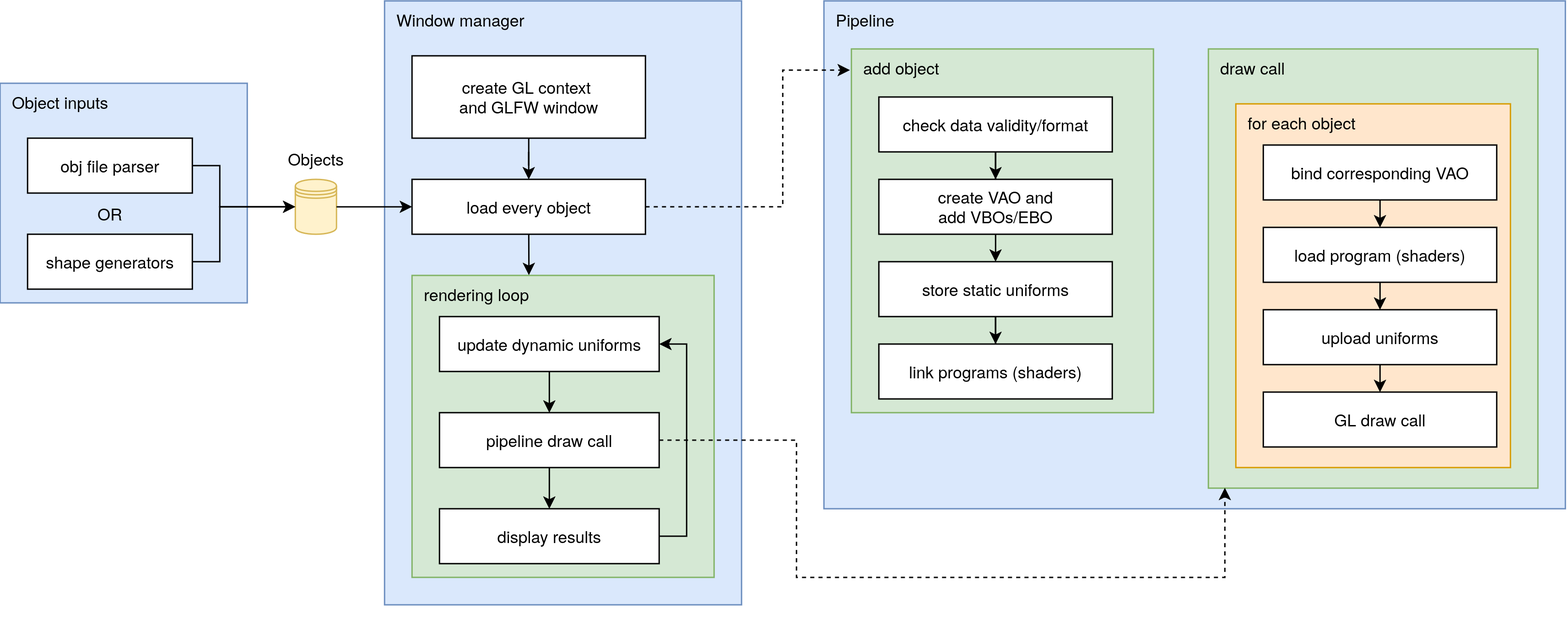
Before: report/images/software_structure.drawio.png, a diagram exported from draw.io (LeCongMinhKhang/graphics_programming). Source tidied: cells renumbered, new cells last; positions are measured from the earlier drawing's top-left corner, leaving out a move shared by most shapes.
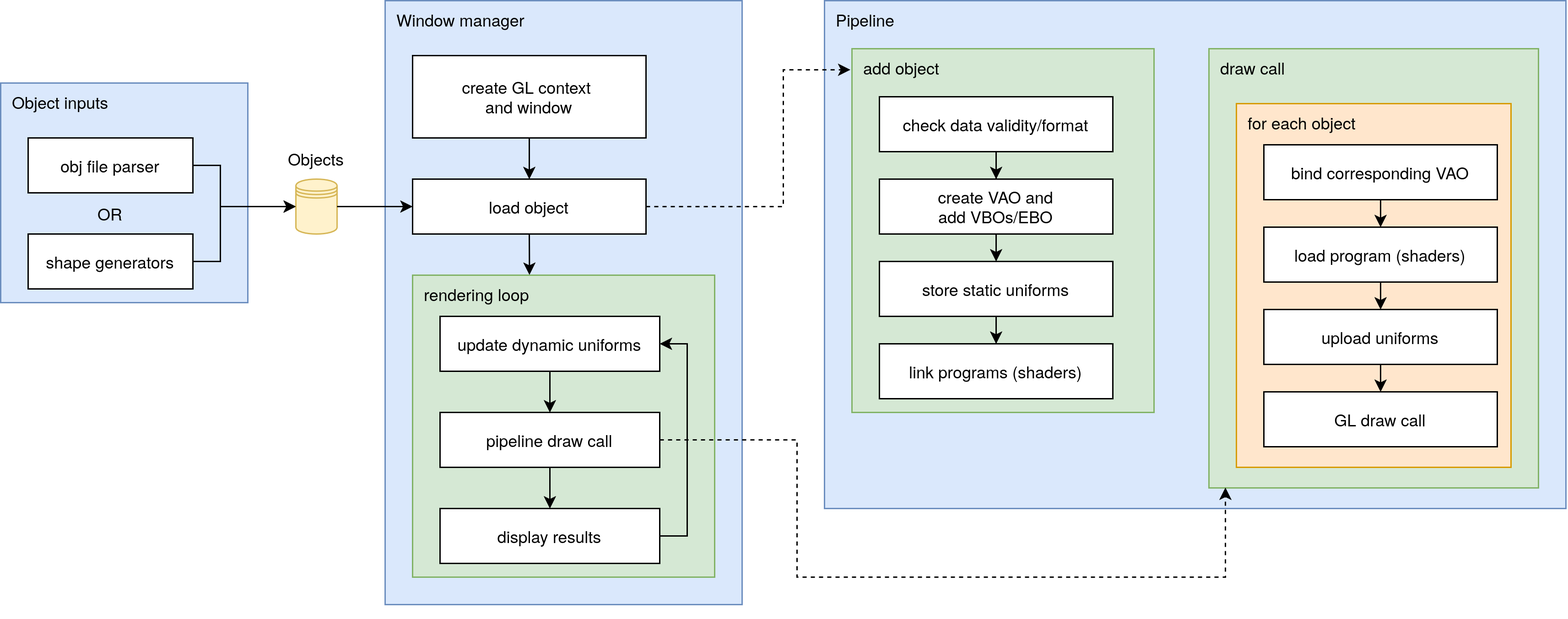
The same file after the commit.

Commit message:
doc: gui, object caching

Change to the diagram source:
```diff
@@ -32,10 +32,10 @@
     <mxCell id="11" style="edgeStyle=orthogonalEdgeStyle;rounded=0;jettySize=auto;html=1;entryX=0.5;entryY=0;entryDx=0;entryDy=0;" parent="9" edge="1" source="12" target="13">
       <mxGeometry relative="1" as="geometry" />
     </mxCell>
-    <mxCell id="12" value="&lt;div&gt;create GL context&amp;nbsp;&lt;/div&gt;&lt;div&gt;and GLFW window&lt;/div&gt;" style="rounded=0;whiteSpace=wrap;html=1;align=center;" parent="9" vertex="1">
+    <mxCell id="12" value="&lt;div&gt;create GL context&amp;nbsp;&lt;/div&gt;&lt;div&gt;and window&lt;/div&gt;" style="rounded=0;whiteSpace=wrap;html=1;align=center;" parent="9" vertex="1">
       <mxGeometry x="20" y="40" width="170" height="60" as="geometry" />
     </mxCell>
-    <mxCell id="13" value="load every object" style="rounded=0;whiteSpace=wrap;html=1;" parent="9" vertex="1">
+    <mxCell id="13" value="load object" style="rounded=0;whiteSpace=wrap;html=1;" parent="9" vertex="1">
       <mxGeometry x="20" y="130" width="170" height="40" as="geometry" />
     </mxCell>
     <mxCell id="14" value="&lt;div&gt;&amp;nbsp; rendering loop&lt;/div&gt;&lt;div&gt;&lt;br&gt;&lt;/div&gt;" style="rounded=0;whiteSpace=wrap;html=1;align=left;verticalAlign=top;fillColor=#d5e8d4;strokeColor=#82b366;" parent="9" vertex="1">
```
